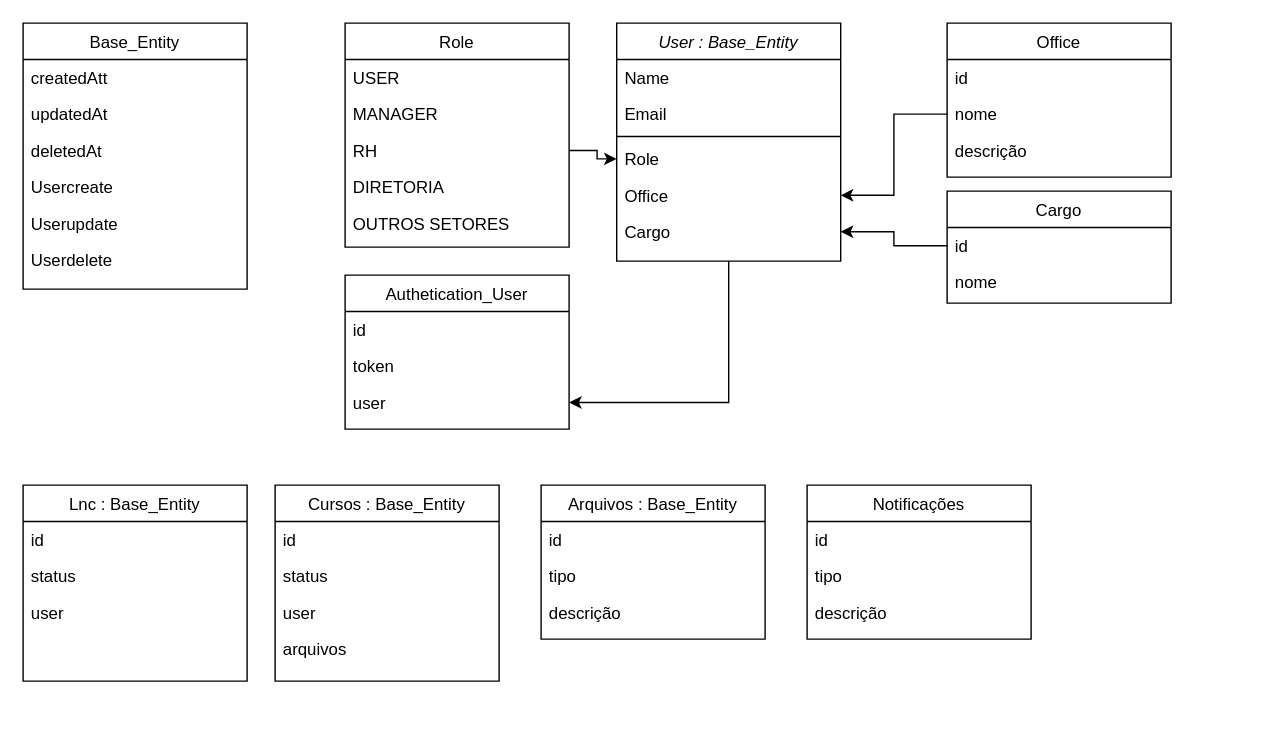
devjuliomesquita/Project_Core keeps this draw.io diagram as SGC.drawio. Above is the earlier version. Source tidied: cells renumbered, new cells numbered last; positions are measured from the earlier drawing's top-left corner, leaving out a move shared by most shapes. Both pictures are drawn from the tidied source at 140%, with x=0, y=0 at pixel (22, 22).
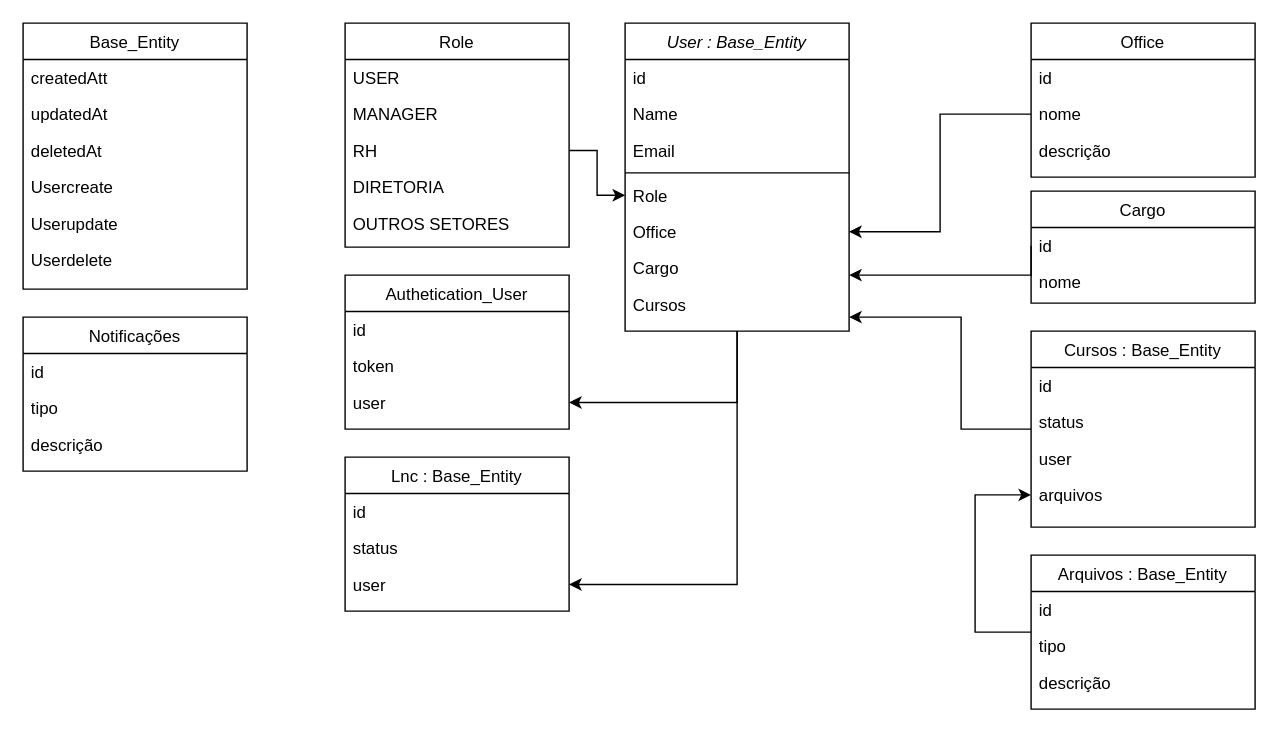
The same diagram, later.

The change refers to these unchanged cells:
```xml
<mxCell id="28" value="id" style="text;align=left;verticalAlign=top;spacingLeft=4;spacingRight=4;overflow=hidden;points=[[0,0.5],[1,0.5]];portConstraint=eastwest;" parent="27" vertex="1">
  <mxGeometry y="26" width="160" height="26" as="geometry" />
</mxCell>
<mxCell id="40" value="user" style="text;align=left;verticalAlign=top;spacingLeft=4;spacingRight=4;overflow=hidden;points=[[0,0.5],[1,0.5]];portConstraint=eastwest;rounded=0;shadow=0;html=0;" parent="37" vertex="1">
  <mxGeometry y="78" width="160" height="26" as="geometry" />
</mxCell>
```

Change to the diagram source:
```diff
@@
+    <mxCell id="54" style="edgeStyle=orthogonalEdgeStyle;rounded=0;jettySize=auto;html=1;" parent="1" edge="1" source="3" target="40">
+      <mxGeometry relative="1" as="geometry" />
+    </mxCell>
     <mxCell id="3" value="User : Base_Entity" style="swimlane;fontStyle=2;align=center;verticalAlign=top;horizontal=1;startSize=26;rounded=0;shadow=0;strokeWidth=1;" parent="1" vertex="1">
-      <mxGeometry x="424" width="160" height="170" as="geometry" />
+      <mxGeometry x="430" width="160" height="220" as="geometry" />
     </mxCell>
-    <mxCell id="4" value="Name" style="text;align=left;verticalAlign=top;spacingLeft=4;spacingRight=4;overflow=hidden;" parent="3" vertex="1">
+    <mxCell id="4" value="id" style="text;align=left;verticalAlign=top;spacingLeft=4;spacingRight=4;overflow=hidden;" parent="3" vertex="1">
       <mxGeometry y="26" width="160" height="26" as="geometry" />
     </mxCell>
+    <mxCell id="55" value="Name" style="text;align=left;verticalAlign=top;spacingLeft=4;spacingRight=4;overflow=hidden;" parent="3" vertex="1">
+      <mxGeometry y="52" width="160" height="26" as="geometry" />
+    </mxCell>
     <mxCell id="5" value="Email" style="text;align=left;verticalAlign=top;spacingLeft=4;spacingRight=4;overflow=hidden;rounded=0;shadow=0;html=0;" parent="3" vertex="1">
-      <mxGeometry y="52" width="160" height="26" as="geometry" />
+      <mxGeometry y="78" width="160" height="26" as="geometry" />
     </mxCell>
     <mxCell id="6" style="line;html=1;strokeWidth=1;align=left;verticalAlign=middle;spacingTop=-1;spacingLeft=3;spacingRight=3;labelPosition=right;" parent="3" vertex="1">
-      <mxGeometry y="78" width="160" height="6" as="geometry" />
+      <mxGeometry y="104" width="160" height="6" as="geometry" />
     </mxCell>
     <mxCell id="7" value="Role" style="text;align=left;verticalAlign=top;spacingLeft=4;spacingRight=4;overflow=hidden;points=[[0,0.5],[1,0.5]];portConstraint=eastwest;" parent="3" vertex="1">
-      <mxGeometry y="84" width="160" height="26" as="geometry" />
+      <mxGeometry y="110" width="160" height="26" as="geometry" />
     </mxCell>
     <mxCell id="8" value="Office" style="text;align=left;verticalAlign=top;spacingLeft=4;spacingRight=4;overflow=hidden;points=[[0,0.5],[1,0.5]];portConstraint=eastwest;" parent="3" vertex="1">
-      <mxGeometry y="110" width="160" height="26" as="geometry" />
+      <mxGeometry y="136" width="160" height="26" as="geometry" />
     </mxCell>
     <mxCell id="9" value="Cargo" style="text;align=left;verticalAlign=top;spacingLeft=4;spacingRight=4;overflow=hidden;points=[[0,0.5],[1,0.5]];portConstraint=eastwest;" parent="3" vertex="1">
-      <mxGeometry y="136" width="160" height="26" as="geometry" />
+      <mxGeometry y="162" width="160" height="26" as="geometry" />
     </mxCell>
+    <mxCell id="56" value="Cursos" style="text;align=left;verticalAlign=top;spacingLeft=4;spacingRight=4;overflow=hidden;points=[[0,0.5],[1,0.5]];portConstraint=eastwest;" parent="3" vertex="1">
+      <mxGeometry y="188" width="160" height="26" as="geometry" />
+    </mxCell>
@@
     <mxCell id="16" value="Office" style="swimlane;fontStyle=0;align=center;verticalAlign=top;horizontal=1;startSize=26;rounded=0;shadow=0;strokeWidth=1;" parent="1" vertex="1">
-      <mxGeometry x="660" width="160" height="110" as="geometry" />
+      <mxGeometry x="720" width="160" height="110" as="geometry" />
     </mxCell>
@@
     <mxCell id="27" value="Cargo" style="swimlane;fontStyle=0;align=center;verticalAlign=top;horizontal=1;startSize=26;rounded=0;shadow=0;strokeWidth=1;" parent="1" vertex="1">
-      <mxGeometry x="660" y="120" width="160" height="80" as="geometry" />
+      <mxGeometry x="720" y="120" width="160" height="80" as="geometry" />
     </mxCell>
@@
     <mxCell id="30" style="edgeStyle=orthogonalEdgeStyle;rounded=0;jettySize=auto;html=1;exitX=0;exitY=0.5;exitDx=0;exitDy=0;" parent="1" edge="1" source="28" target="9">
-      <mxGeometry relative="1" as="geometry" />
+      <mxGeometry relative="1" as="geometry">
+        <Array as="points">
+          <mxPoint x="720" y="180" />
+        </Array>
+      </mxGeometry>
     </mxCell>
@@
     <mxCell id="37" value="Lnc : Base_Entity" style="swimlane;fontStyle=0;align=center;verticalAlign=top;horizontal=1;startSize=26;rounded=0;shadow=0;strokeWidth=1;" parent="1" vertex="1">
-      <mxGeometry y="330" width="160" height="140" as="geometry" />
+      <mxGeometry x="230" y="310" width="160" height="110" as="geometry" />
     </mxCell>
@@
+    <mxCell id="57" style="edgeStyle=orthogonalEdgeStyle;rounded=0;jettySize=auto;html=1;" parent="1" edge="1" source="41" target="56">
+      <mxGeometry relative="1" as="geometry">
+        <Array as="points">
+          <mxPoint x="670" y="290" />
+          <mxPoint x="670" y="210" />
+        </Array>
+      </mxGeometry>
+    </mxCell>
     <mxCell id="41" value="Cursos : Base_Entity" style="swimlane;fontStyle=0;align=center;verticalAlign=top;horizontal=1;startSize=26;rounded=0;shadow=0;strokeWidth=1;" parent="1" vertex="1">
-      <mxGeometry x="180" y="330" width="160" height="140" as="geometry" />
+      <mxGeometry x="720" y="220" width="160" height="140" as="geometry" />
     </mxCell>
@@
+    <mxCell id="58" style="edgeStyle=orthogonalEdgeStyle;rounded=0;jettySize=auto;html=1;" parent="1" edge="1" source="46">
+      <mxGeometry relative="1" as="geometry">
+        <mxPoint x="720" y="337" as="targetPoint" />
+        <Array as="points">
+          <mxPoint x="680" y="435" />
+          <mxPoint x="680" y="337" />
+        </Array>
+      </mxGeometry>
+    </mxCell>
     <mxCell id="46" value="Arquivos : Base_Entity" style="swimlane;fontStyle=0;align=center;verticalAlign=top;horizontal=1;startSize=26;rounded=0;shadow=0;strokeWidth=1;" parent="1" vertex="1">
-      <mxGeometry x="370" y="330" width="160" height="110" as="geometry" />
+      <mxGeometry x="720" y="380" width="160" height="110" as="geometry" />
     </mxCell>
@@
     <mxCell id="50" value="Notificações" style="swimlane;fontStyle=0;align=center;verticalAlign=top;horizontal=1;startSize=26;rounded=0;shadow=0;strokeWidth=1;" parent="1" vertex="1">
-      <mxGeometry x="560" y="330" width="160" height="110" as="geometry" />
+      <mxGeometry y="210" width="160" height="110" as="geometry" />
     </mxCell>
```
